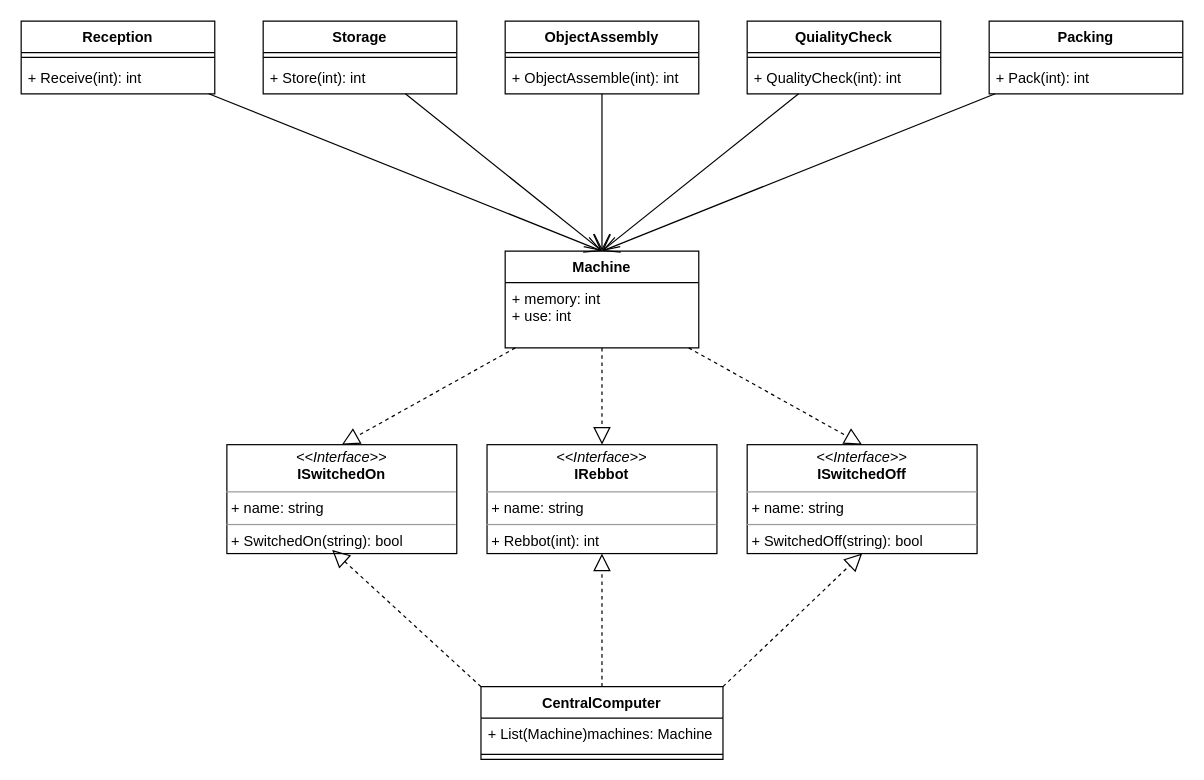
The draw.io diagram Parte 1.drawio in ICC3101-202010/laboratorio-04-mabinder96, before the edit. Source tidied: cells renumbered, new cells numbered last; positions are measured from the earlier drawing's top-left corner, leaving out a move shared by most shapes. Both pictures are drawn from the tidied source at 121%, with x=0, y=0 at pixel (21, 21).
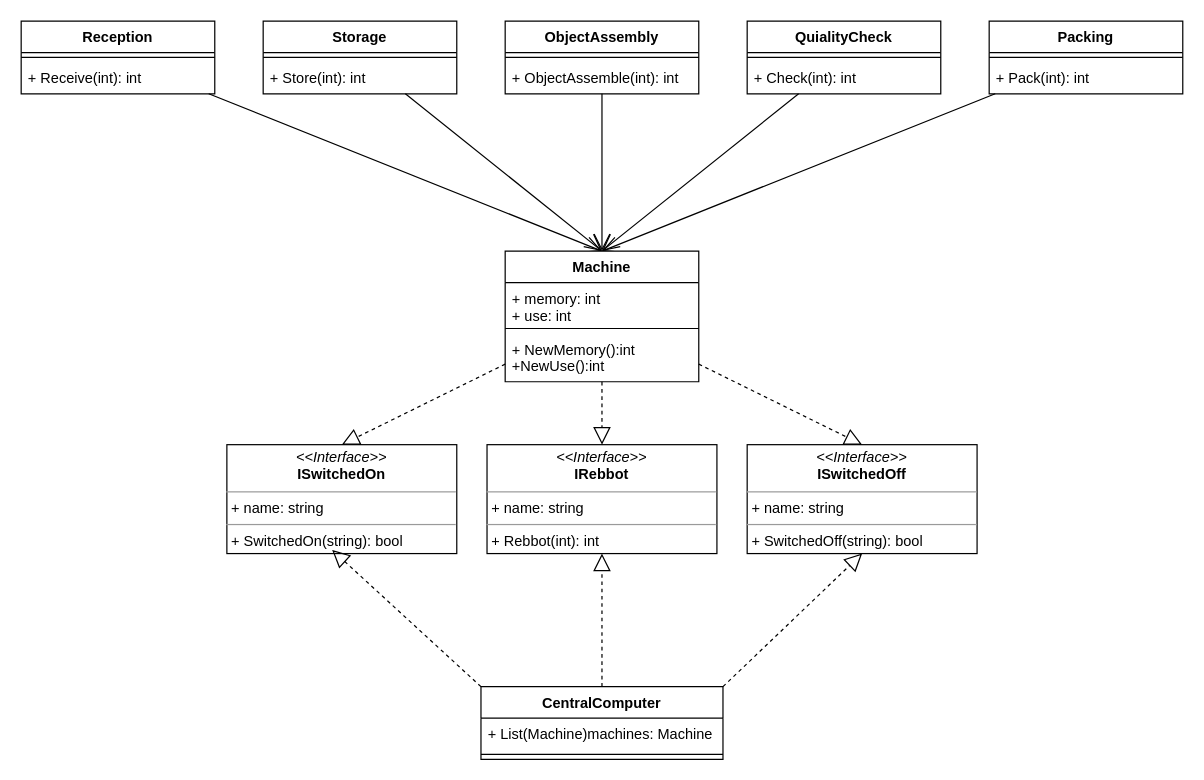
The same diagram, later.

The change refers to these unchanged cells:
```xml
<mxCell id="5" value="QuialityCheck" style="swimlane;fontStyle=1;align=center;verticalAlign=top;horizontal=1;startSize=26;" parent="1" vertex="1">
  <mxGeometry x="600" width="160" height="60" as="geometry" />
</mxCell>
```

Change to the diagram source:
```diff
@@
-    <mxCell id="7" value="+ QualityCheck(int): int" style="text;strokeColor=none;fillColor=none;align=left;verticalAlign=top;spacingLeft=4;spacingRight=4;overflow=hidden;" parent="5" vertex="1">
+    <mxCell id="7" value="+ Check(int): int" style="text;strokeColor=none;fillColor=none;align=left;verticalAlign=top;spacingLeft=4;spacingRight=4;overflow=hidden;" parent="5" vertex="1">
       <mxGeometry y="34" width="160" height="26" as="geometry" />
     </mxCell>
@@
-    <mxCell id="17" value="Machine" style="swimlane;fontStyle=1;align=center;verticalAlign=top;horizontal=1;startSize=26;" parent="1" vertex="1">
-      <mxGeometry x="400" y="190" width="160" height="80" as="geometry" />
-    </mxCell>
-    <mxCell id="18" value="+ memory: int&#10;+ use: int" style="text;strokeColor=none;fillColor=none;align=left;verticalAlign=top;spacingLeft=4;spacingRight=4;overflow=hidden;" parent="17" vertex="1">
-      <mxGeometry y="26" width="160" height="54" as="geometry" />
-    </mxCell>
@@
+    <mxCell id="17" value="Machine" style="swimlane;fontStyle=1;align=center;verticalAlign=top;horizontal=1;startSize=26;" parent="1" vertex="1">
+      <mxGeometry x="400" y="190" width="160" height="108" as="geometry" />
+    </mxCell>
+    <mxCell id="18" value="+ memory: int&#10;+ use: int" style="text;strokeColor=none;fillColor=none;align=left;verticalAlign=top;spacingLeft=4;spacingRight=4;overflow=hidden;" parent="17" vertex="1">
+      <mxGeometry y="26" width="160" height="34" as="geometry" />
+    </mxCell>
+    <mxCell id="37" style="line;strokeWidth=1;fillColor=none;align=left;verticalAlign=middle;spacingTop=-1;spacingLeft=3;spacingRight=3;labelPosition=right;" parent="17" vertex="1">
+      <mxGeometry y="60" width="160" height="8" as="geometry" />
+    </mxCell>
+    <mxCell id="38" value="+ NewMemory():int&#10;+NewUse():int" style="text;strokeColor=none;fillColor=none;align=left;verticalAlign=top;spacingLeft=4;spacingRight=4;overflow=hidden;" parent="17" vertex="1">
+      <mxGeometry y="68" width="160" height="40" as="geometry" />
+    </mxCell>
```
